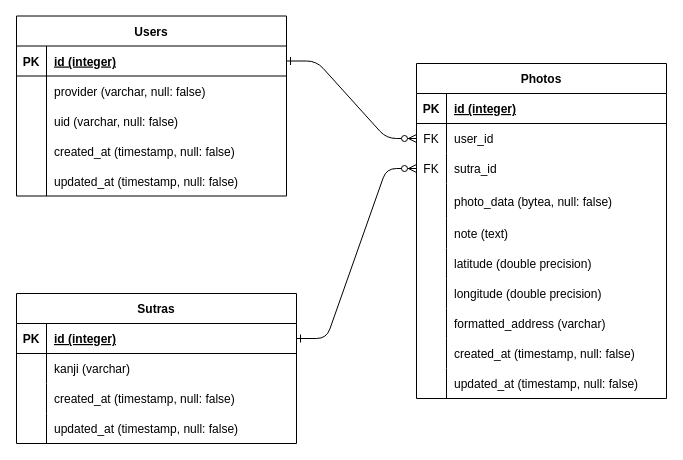
Before: outdoor-heart-sutra.drawio in shirotamaki/entity-relationship-diagram, a draw.io diagram. Source tidied: cells renumbered, new cells numbered last; positions are measured from the earlier drawing's top-left corner, leaving out a move shared by most shapes. Both pictures are drawn from the tidied source at 100%, with x=0, y=0 at pixel (16, 15).
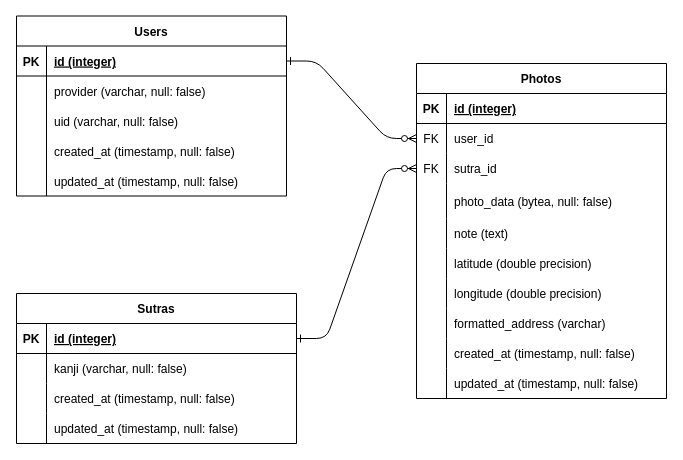
After the change.

Commit message:
outdoor-heart-sutra.drawio を更新します

Unchanged cells that the change refers to:
```xml
<mxCell id="53" style="shape=partialRectangle;fillColor=none;top=0;left=0;right=0;bottom=0;" parent="49" vertex="1">
  <mxGeometry y="60" width="280" height="30" as="geometry" />
</mxCell>
```

Change to the diagram source:
```diff
@@
-    <mxCell id="55" value="kanji (varchar)" style="shape=partialRectangle;overflow=hidden;fillColor=none;top=0;left=0;bottom=0;right=0;align=left;spacingLeft=6;" parent="53" vertex="1">
+    <mxCell id="55" value="kanji (varchar, null: false)" style="shape=partialRectangle;overflow=hidden;fillColor=none;top=0;left=0;bottom=0;right=0;align=left;spacingLeft=6;" parent="53" vertex="1">
       <mxGeometry x="30" width="250" height="30" as="geometry" />
     </mxCell>
```
